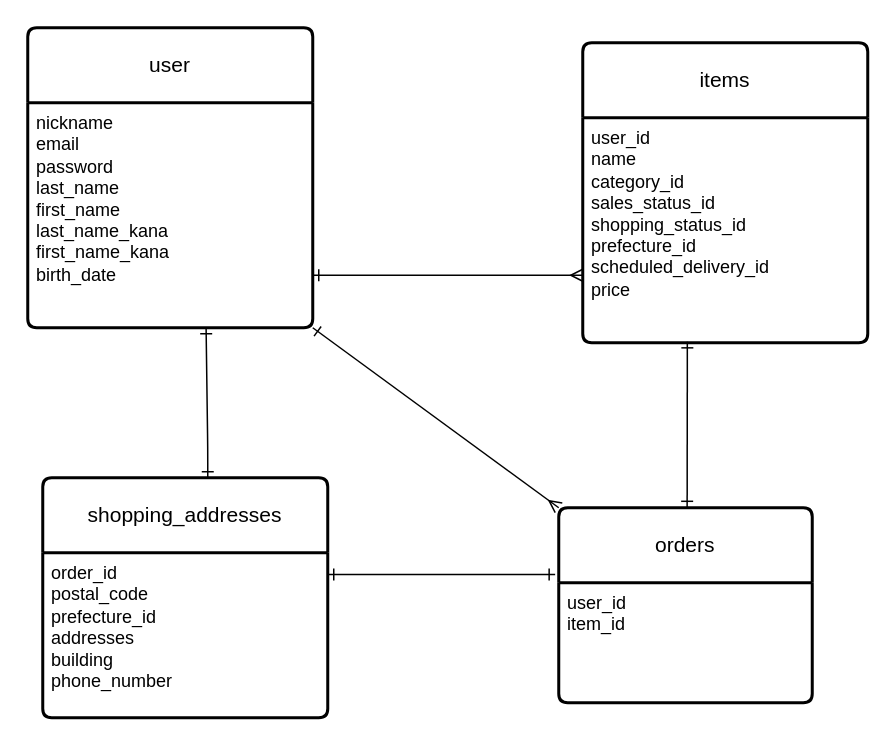
Earlier version of the draw.io diagram ER.dio (technologymk0215-rg/furima-48419). Source tidied: cells renumbered, new cells numbered last; positions are measured from the earlier drawing's top-left corner, leaving out a move shared by most shapes. Both pictures are drawn from the tidied source at 150%, with x=0, y=0 at pixel (27, 27).
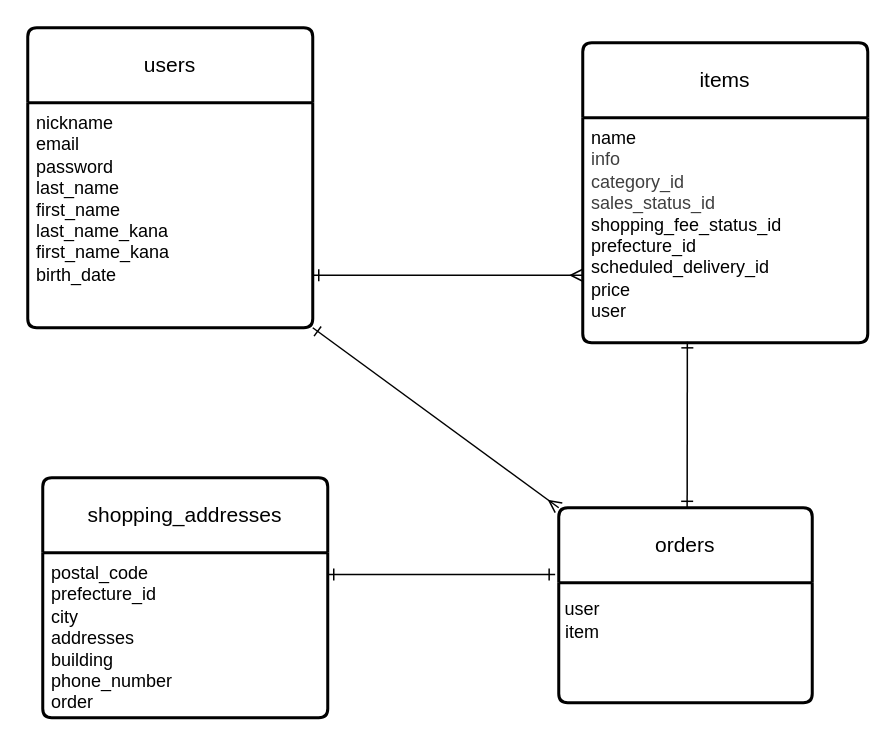
The same page after the edit.

Commit message:
データベース設計（追加修正）

The edit, as a diff of the source:
```diff
@@
 <mxGraphModel>
   <root>
     <mxCell id="0" />
     <mxCell id="1" parent="0" />
     <mxCell id="2" style="edgeStyle=none;html=1;exitX=1;exitY=0.5;exitDx=0;exitDy=0;entryX=0;entryY=0.5;entryDx=0;entryDy=0;startArrow=ERone;startFill=0;endArrow=ERmany;endFill=0;" parent="1" edge="1">
       <mxGeometry relative="1" as="geometry">
         <mxPoint x="190" y="165" as="sourcePoint" />
         <mxPoint x="370" y="165" as="targetPoint" />
       </mxGeometry>
     </mxCell>
-    <mxCell id="3" style="html=1;exitX=0.626;exitY=0.982;exitDx=0;exitDy=0;endArrow=ERone;endFill=0;startArrow=ERone;startFill=0;exitPerimeter=0;" parent="1" edge="1">
-      <mxGeometry x="0.5" relative="1" as="geometry">
-        <mxPoint x="118.9" y="200" as="sourcePoint" />
-        <mxPoint x="120" y="300" as="targetPoint" />
-        <Array as="points">
-          <mxPoint x="120" y="280.4" />
-        </Array>
-      </mxGeometry>
-    </mxCell>
     <mxCell id="4" style="edgeStyle=none;html=1;exitX=0.367;exitY=0.996;exitDx=0;exitDy=0;entryX=0.64;entryY=-0.003;entryDx=0;entryDy=0;entryPerimeter=0;endArrow=ERone;endFill=0;exitPerimeter=0;startArrow=ERone;startFill=0;" parent="1" edge="1" source="10">
       <mxGeometry relative="1" as="geometry">
         <mxPoint x="439.6" y="319.7" as="targetPoint" />
       </mxGeometry>
     </mxCell>
     <mxCell id="5" style="edgeStyle=none;html=1;exitX=1;exitY=0.5;exitDx=0;exitDy=0;startArrow=ERone;startFill=0;endArrow=ERone;endFill=0;" parent="1" edge="1">
       <mxGeometry relative="1" as="geometry">
         <mxPoint x="200" y="364.5" as="sourcePoint" />
         <mxPoint x="351.6" y="364.5" as="targetPoint" />
       </mxGeometry>
     </mxCell>
     <mxCell id="6" style="edgeStyle=none;html=1;exitX=1;exitY=1;exitDx=0;exitDy=0;entryX=0;entryY=0;entryDx=0;entryDy=0;startArrow=ERone;startFill=0;endArrow=ERmany;endFill=0;" parent="1" edge="1" source="7" target="11">
       <mxGeometry relative="1" as="geometry" />
     </mxCell>
-    <mxCell id="7" value="user" style="swimlane;horizontal=1;startSize=50;rounded=1;fontSize=14;fontStyle=0;strokeWidth=2;shadow=0;dashed=0;align=center;arcSize=4;whiteSpace=wrap;html=1;" parent="1" vertex="1">
+    <mxCell id="7" value="users" style="swimlane;horizontal=1;startSize=50;rounded=1;fontSize=14;fontStyle=0;strokeWidth=2;shadow=0;dashed=0;align=center;arcSize=4;whiteSpace=wrap;html=1;" parent="1" vertex="1">
       <mxGeometry width="190" height="200" as="geometry" />
     </mxCell>
     <mxCell id="8" value="nickname&lt;div&gt;email&lt;/div&gt;&lt;div&gt;password&lt;/div&gt;&lt;div&gt;last_name&lt;/div&gt;&lt;div&gt;first_name&lt;/div&gt;&lt;div&gt;last_name_kana&lt;/div&gt;&lt;div&gt;first_name_kana&lt;/div&gt;&lt;div&gt;birth_date&lt;/div&gt;" style="align=left;strokeColor=none;fillColor=none;spacingLeft=4;spacingRight=4;fontSize=12;verticalAlign=top;html=1;whiteSpace=wrap;" parent="7" vertex="1">
       <mxGeometry y="50" width="190" height="150" as="geometry" />
     </mxCell>
     <mxCell id="9" value="items" style="swimlane;horizontal=1;startSize=50;rounded=1;fontSize=14;fontStyle=0;strokeWidth=2;shadow=0;dashed=0;align=center;arcSize=4;whiteSpace=wrap;html=1;" parent="1" vertex="1">
       <mxGeometry x="370" y="10" width="190" height="200" as="geometry" />
     </mxCell>
-    <mxCell id="10" value="user_id&lt;div&gt;name&lt;/div&gt;&lt;div&gt;category_id&lt;/div&gt;&lt;div&gt;sales_status_id&lt;/div&gt;&lt;div&gt;shopping_status_id&lt;/div&gt;&lt;div&gt;prefecture_id&lt;/div&gt;&lt;div&gt;scheduled_delivery_id&lt;/div&gt;&lt;div&gt;price&lt;/div&gt;&lt;div&gt;&lt;br&gt;&lt;/div&gt;" style="align=left;strokeColor=none;fillColor=none;spacingLeft=4;spacingRight=4;fontSize=12;verticalAlign=top;html=1;whiteSpace=wrap;" parent="9" vertex="1">
+    <mxCell id="10" value="&lt;div&gt;name&lt;/div&gt;&lt;div&gt;&lt;span style=&quot;color: rgb(63, 63, 63); background-color: transparent;&quot;&gt;info&lt;/span&gt;&lt;/div&gt;&lt;div&gt;&lt;span style=&quot;color: rgb(63, 63, 63); background-color: transparent;&quot;&gt;category_id&lt;/span&gt;&lt;/div&gt;&lt;div&gt;&lt;span style=&quot;color: rgb(63, 63, 63); background-color: transparent;&quot;&gt;sales_status_id&lt;/span&gt;&lt;/div&gt;&lt;div&gt;shopping_fee_status_id&lt;/div&gt;&lt;div&gt;prefecture_id&lt;/div&gt;&lt;div&gt;scheduled_delivery_id&lt;/div&gt;&lt;div&gt;price&lt;/div&gt;&lt;div&gt;user&lt;/div&gt;" style="align=left;strokeColor=none;fillColor=none;spacingLeft=4;spacingRight=4;fontSize=12;verticalAlign=top;html=1;whiteSpace=wrap;" parent="9" vertex="1">
       <mxGeometry y="50" width="190" height="150" as="geometry" />
     </mxCell>
     <mxCell id="11" value="orders" style="swimlane;horizontal=1;startSize=50;rounded=1;fontSize=14;fontStyle=0;strokeWidth=2;shadow=0;dashed=0;align=center;arcSize=4;whiteSpace=wrap;html=1;" parent="1" vertex="1">
       <mxGeometry x="354" y="320" width="169" height="130" as="geometry" />
     </mxCell>
-    <mxCell id="12" value="user_id&lt;div&gt;item_id&lt;/div&gt;" style="align=left;strokeColor=none;fillColor=none;spacingLeft=4;spacingRight=4;fontSize=12;verticalAlign=top;html=1;whiteSpace=wrap;" parent="11" vertex="1">
-      <mxGeometry y="50" width="169" height="80" as="geometry" />
-    </mxCell>
     <mxCell id="13" value="shopping_addresses" style="swimlane;horizontal=1;startSize=50;rounded=1;fontSize=14;fontStyle=0;strokeWidth=2;shadow=0;dashed=0;align=center;arcSize=4;whiteSpace=wrap;html=1;" parent="1" vertex="1">
       <mxGeometry x="10" y="300" width="190" height="160" as="geometry" />
     </mxCell>
-    <mxCell id="14" value="order_id&lt;div&gt;postal_code&lt;/div&gt;&lt;div&gt;prefecture_id&lt;/div&gt;&lt;div&gt;addresses&lt;/div&gt;&lt;div&gt;building&lt;/div&gt;&lt;div&gt;phone_number&lt;/div&gt;" style="align=left;strokeColor=none;fillColor=none;spacingLeft=4;spacingRight=4;fontSize=12;verticalAlign=top;html=1;whiteSpace=wrap;" parent="13" vertex="1">
+    <mxCell id="14" value="&lt;div&gt;postal_code&lt;/div&gt;&lt;div&gt;prefecture_id&lt;/div&gt;&lt;div&gt;city&lt;/div&gt;&lt;div&gt;addresses&lt;/div&gt;&lt;div&gt;building&lt;/div&gt;&lt;div&gt;phone_number&lt;/div&gt;&lt;div&gt;order&lt;/div&gt;" style="align=left;strokeColor=none;fillColor=none;spacingLeft=4;spacingRight=4;fontSize=12;verticalAlign=top;html=1;whiteSpace=wrap;" parent="13" vertex="1">
       <mxGeometry y="50" width="190" height="110" as="geometry" />
     </mxCell>
+    <mxCell id="15" value="user&lt;div&gt;item&lt;/div&gt;" style="text;html=1;whiteSpace=wrap;strokeColor=none;fillColor=none;align=center;verticalAlign=middle;rounded=0;" parent="1" vertex="1">
+      <mxGeometry x="340" y="380" width="60" height="30" as="geometry" />
+    </mxCell>
   </root>
 </mxGraphModel>
```
